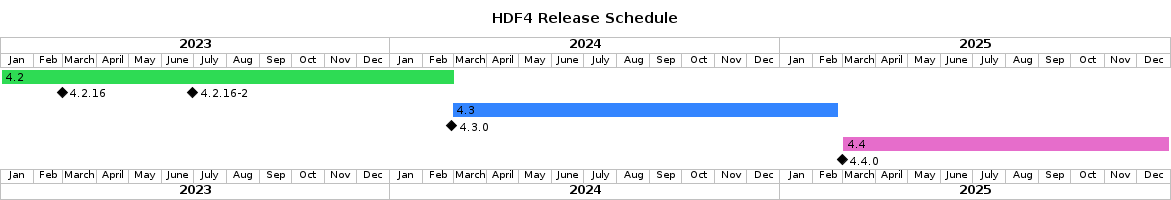
The PlantUML diagram doc/img/release-schedule.png in HDFGroup/hdf4, before a commit.
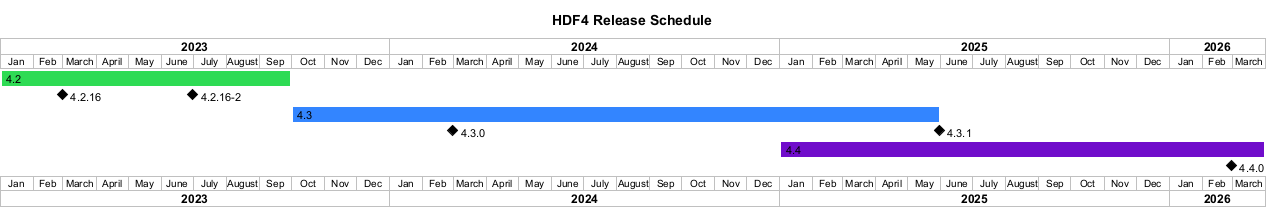
The same file after the commit.

Change to the diagram source:
```diff
@@ -5,18 +5,20 @@
 projectscale monthly
 Project starts 2023-01-01
 
-[4.2] starts 2022-01-01 and lasts 61 weeks
+[4.2] starts 2022-01-01 and lasts 39 weeks
 [4.2.16] happens 2023-02-28
 [4.2.16-2] happens 2023-06-30
 [4.2.16-2] displays on same row as [4.2.16]
 [4.2] is colored in #2EDB54
 
-[4.3] starts 2024-02-28 and lasts 52 weeks
-[4.3.0] happens 2024-02-28
+[4.3] starts 2023-10-01 and lasts 87 weeks
+[4.3.0] happens 2024-02-29
+[4.3.1] happens 2025-05-30
+[4.3.1] displays on same row as [4.3.0]
 [4.3] is colored in #3385FF
 
-[4.4] starts 2025-02-28 and lasts 44 weeks
-[4.4.0] happens 2025-02-28
-[4.4] is colored in #E66DCB
+[4.4] starts 2025-01-01 and lasts 65 weeks
+[4.4.0] happens 2026-02-28
+[4.4] is colored in #700DCB
 
 @endgantt
```
